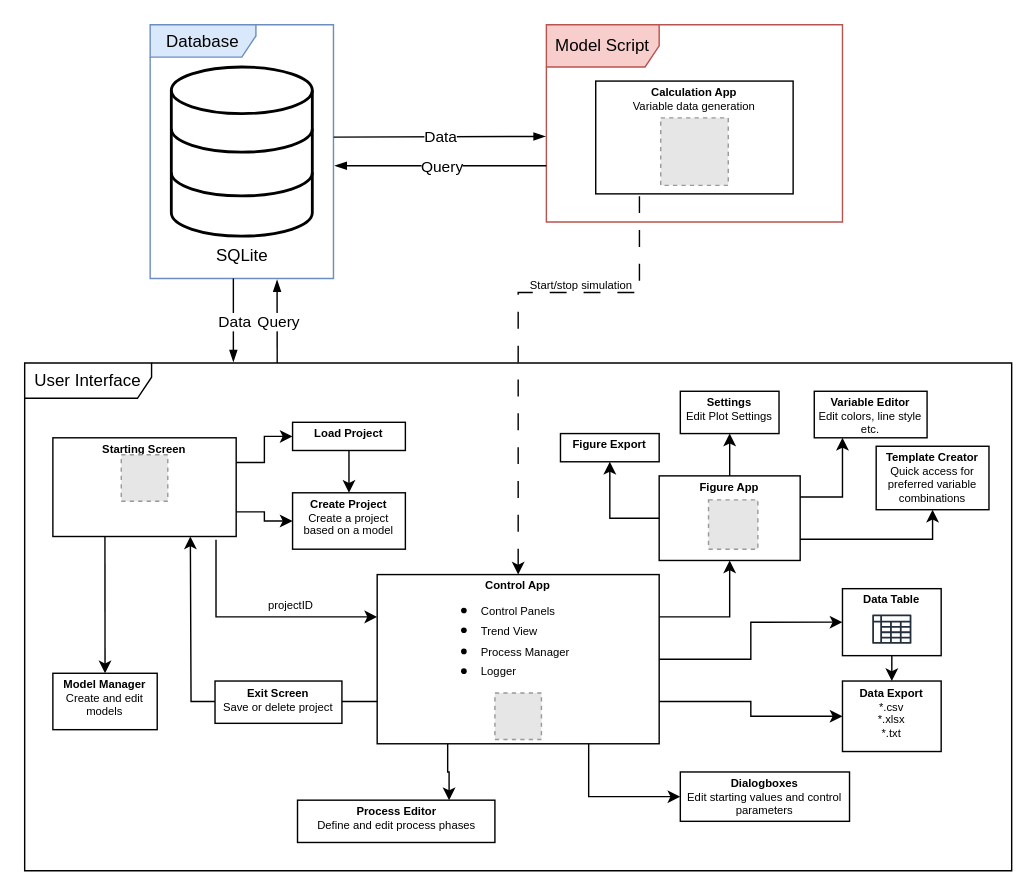
The draw.io diagram Software Structure.drawio in Yumatlab/bioprocesssimulation, before the edit. Source tidied: cells renumbered, new cells numbered last; positions are measured from the earlier drawing's top-left corner, leaving out a move shared by most shapes. Both pictures are drawn from the tidied source at 141%, with x=0, y=0 at pixel (24, 24). Pictures stored in the file or linked from it are replaced by grey dashed boxes.
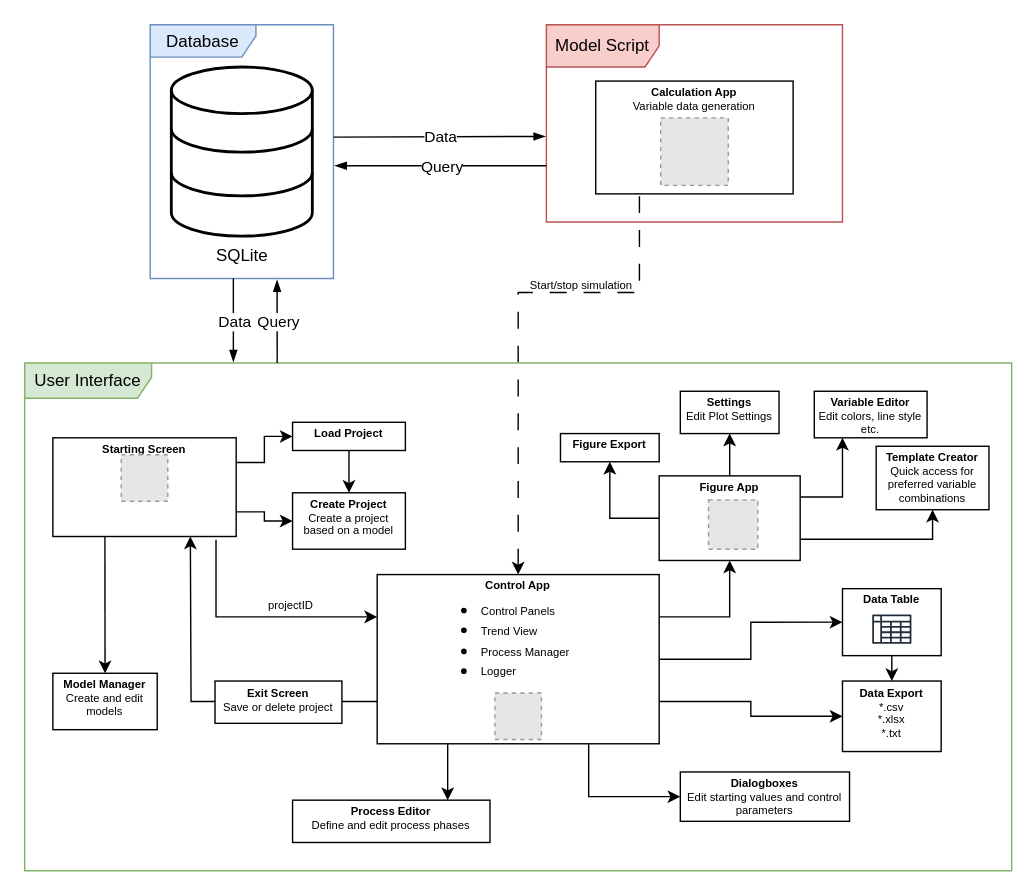
Above is the later version.

The change refers to these unchanged cells:
```xml
<mxCell id="17" value="&lt;p style=&quot;margin: 4px 0px 0px; text-align: center; font-size: 8px;&quot;&gt;&lt;b style=&quot;font-size: 8px;&quot;&gt;Control App&lt;br&gt;&lt;/b&gt;&lt;/p&gt;&lt;p style=&quot;margin: 4px 0px 0px; text-align: center; font-size: 8px;&quot;&gt;&lt;br&gt;&lt;/p&gt;" style="verticalAlign=top;align=left;overflow=fill;html=1;whiteSpace=wrap;fontSize=8;" parent="1" vertex="1">
  <mxGeometry x="250" y="390" width="200" height="120" as="geometry" />
</mxCell>
```

Diff of the diagram source:
```diff
@@
     <mxCell id="16" style="edgeStyle=orthogonalEdgeStyle;rounded=0;jettySize=auto;html=1;exitX=0.25;exitY=1;exitDx=0;exitDy=0;" parent="1" edge="1" source="17" target="31">
       <mxGeometry relative="1" as="geometry">
         <Array as="points">
-          <mxPoint x="300" y="530" />
-          <mxPoint x="301" y="530" />
+          <mxPoint x="300" y="540" />
+          <mxPoint x="300" y="540" />
         </Array>
       </mxGeometry>
     </mxCell>
@@
-    <mxCell id="19" value="&lt;font style=&quot;font-size: 12px;&quot;&gt;User Interface&lt;/font&gt;" style="shape=umlFrame;whiteSpace=wrap;html=1;width=90;height=25;fontSize=8;" parent="1" vertex="1">
+    <mxCell id="19" value="&lt;font style=&quot;font-size: 12px;&quot;&gt;User Interface&lt;/font&gt;" style="shape=umlFrame;whiteSpace=wrap;html=1;width=90;height=25;fontSize=8;fillColor=#d5e8d4;strokeColor=#82b366;" parent="1" vertex="1">
       <mxGeometry y="240" width="700" height="360" as="geometry" />
     </mxCell>
@@
     <mxCell id="31" value="&lt;p style=&quot;margin: 4px 0px 0px; text-align: center; font-size: 8px;&quot;&gt;&lt;b&gt;Process Editor&lt;/b&gt;&lt;br&gt;Define and edit process phases&lt;/p&gt;" style="verticalAlign=top;align=left;overflow=fill;html=1;whiteSpace=wrap;fontSize=8;" parent="1" vertex="1">
-      <mxGeometry x="193.5" y="550" width="140" height="30" as="geometry" />
+      <mxGeometry x="190" y="550" width="140" height="30" as="geometry" />
     </mxCell>
```
